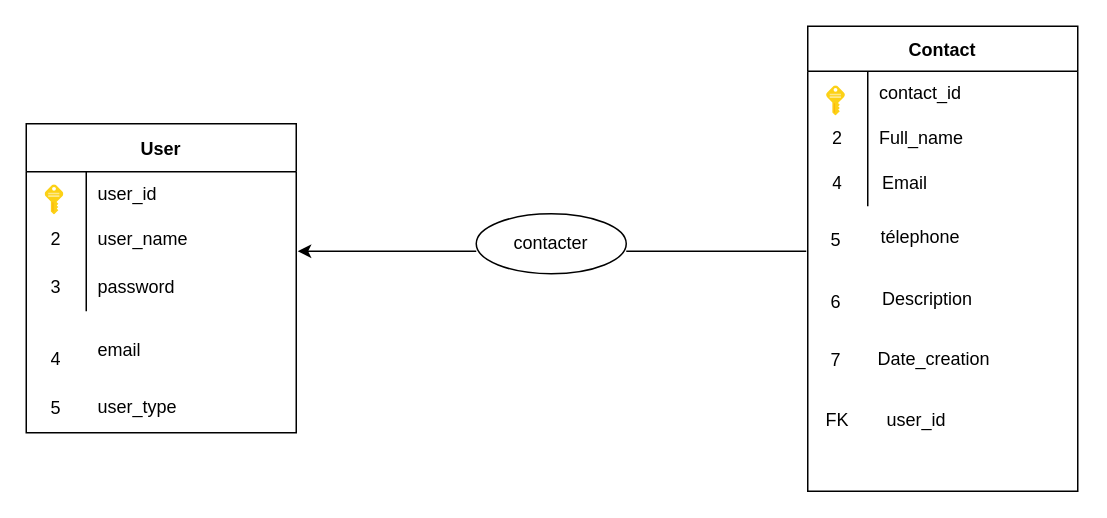
emminyell/Brief2_sprint3 keeps this draw.io diagram as MLD.drawio. Above is the earlier version. Source tidied: cells renumbered, new cells numbered last; positions are measured from the earlier drawing's top-left corner, leaving out a move shared by most shapes. Both pictures are drawn from the tidied source at 150%, with x=0, y=0 at pixel (26, 26).
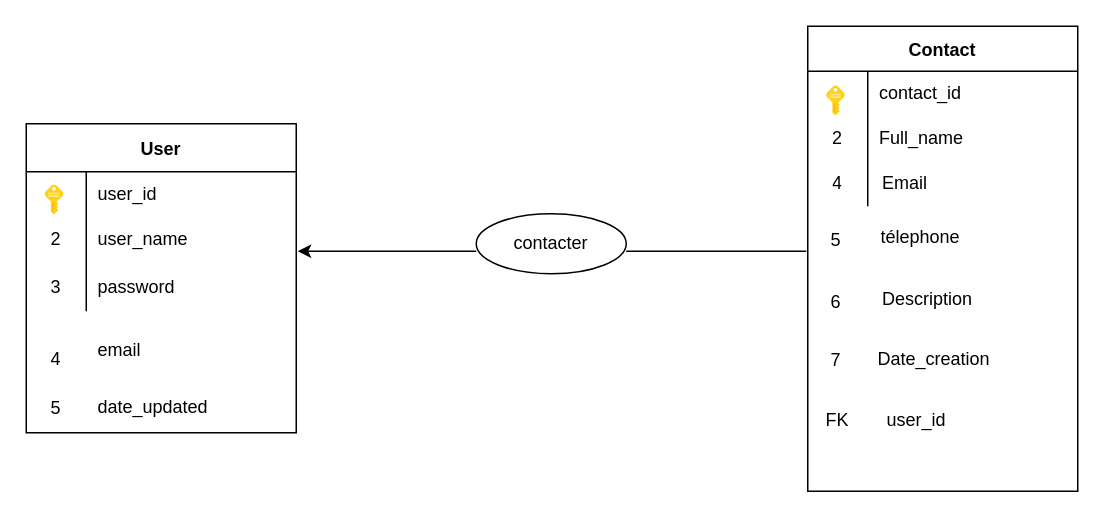
The same page after the edit.

Change to the diagram source:
```diff
@@
-    <mxCell id="39" value="user_type" style="shape=partialRectangle;html=1;whiteSpace=wrap;fillColor=none;top=0;left=0;bottom=0;right=0;align=left;spacingLeft=6;overflow=hidden;" parent="1" vertex="1">
+    <mxCell id="39" value="date_updated" style="shape=partialRectangle;html=1;whiteSpace=wrap;fillColor=none;top=0;left=0;bottom=0;right=0;align=left;spacingLeft=6;overflow=hidden;" parent="1" vertex="1">
       <mxGeometry x="40" y="237" width="140" height="33" as="geometry" />
     </mxCell>
```
